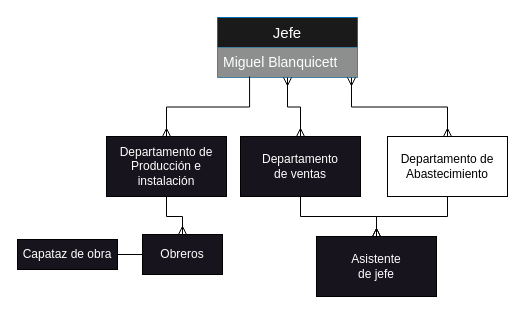
DavidSteyr/diagramaProcesosTGS keeps this draw.io diagram as organi.drawio. Above is the earlier version. Source tidied: cells renumbered, new cells numbered last; positions are measured from the earlier drawing's top-left corner, leaving out a move shared by most shapes. Both pictures are drawn from the tidied source at 100%, with x=0, y=0 at pixel (17, 17).
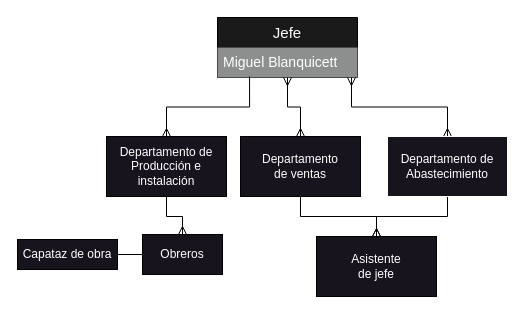
The same diagram, later.

Change to the diagram source:
```diff
@@
 <mxGraphModel>
   <root>
     <mxCell id="0" />
     <mxCell id="1" parent="0" />
-    <mxCell id="2" value="&lt;font style=&quot;font-size: 15px;&quot;&gt;Jefe&lt;/font&gt;" style="swimlane;fontStyle=0;horizontal=1;startSize=30;whiteSpace=wrap;html=1;fillColor=#1A1A1A;fontColor=#FFFFFF;strokeColor=#006EAF;" parent="1" vertex="1">
+    <mxCell id="2" value="&lt;font style=&quot;font-size: 15px;&quot;&gt;Jefe&lt;/font&gt;" style="swimlane;fontStyle=0;horizontal=1;startSize=30;whiteSpace=wrap;html=1;fillColor=#1A1A1A;fontColor=#FFFFFF;strokeColor=#000000;" parent="1" vertex="1">
       <mxGeometry x="200" width="140" height="60" as="geometry" />
     </mxCell>
     <mxCell id="3" value="Miguel Blanquicett" style="text;strokeColor=none;fillColor=#8D8F8E;align=left;verticalAlign=middle;spacingLeft=4;spacingRight=4;overflow=hidden;points=[[0,0.5],[1,0.5]];portConstraint=eastwest;whiteSpace=wrap;html=1;fontSize=14;fontColor=#FFFFFF;" parent="2" vertex="1">
       <mxGeometry y="30" width="140" height="30" as="geometry" />
     </mxCell>
     <mxCell id="4" value="Capataz de obra" style="rounded=0;whiteSpace=wrap;html=1;fontColor=#FFFFFF;fillColor=#18141D;" parent="1" vertex="1">
       <mxGeometry y="222" width="100" height="30" as="geometry" />
     </mxCell>
     <mxCell id="5" style="edgeStyle=orthogonalEdgeStyle;rounded=0;jettySize=auto;html=1;entryX=1;entryY=0.5;entryDx=0;entryDy=0;endArrow=none;endFill=0;" parent="1" edge="1" source="6" target="4">
       <mxGeometry relative="1" as="geometry" />
     </mxCell>
     <mxCell id="6" value="Obreros" style="whiteSpace=wrap;html=1;rounded=0;fontColor=#FFFFFF;fillColor=#18141D;" parent="1" vertex="1">
       <mxGeometry x="125" y="217" width="80" height="40" as="geometry" />
     </mxCell>
     <mxCell id="7" style="edgeStyle=orthogonalEdgeStyle;rounded=0;jettySize=auto;html=1;entryX=0.5;entryY=0;entryDx=0;entryDy=0;endArrow=ERmany;endFill=0;" parent="1" edge="1" source="9" target="6">
       <mxGeometry relative="1" as="geometry" />
     </mxCell>
     <mxCell id="8" style="edgeStyle=orthogonalEdgeStyle;rounded=0;jettySize=auto;html=1;entryX=0.229;entryY=0.967;entryDx=0;entryDy=0;entryPerimeter=0;endArrow=none;endFill=0;startArrow=ERmany;startFill=0;" parent="1" edge="1" source="9" target="3">
       <mxGeometry relative="1" as="geometry" />
     </mxCell>
     <mxCell id="9" value="Departamento de Producción e instalación" style="whiteSpace=wrap;html=1;rounded=0;fillColor=#18141D;fontColor=#FFFFFF;" parent="1" vertex="1">
       <mxGeometry x="89" y="119" width="120" height="60" as="geometry" />
     </mxCell>
     <mxCell id="10" value="&lt;div&gt;Asistente&lt;/div&gt;&lt;div&gt;de jefe&lt;br&gt;&lt;/div&gt;" style="rounded=0;whiteSpace=wrap;html=1;fontColor=#FFFFFF;fillColor=#18141D;" parent="1" vertex="1">
       <mxGeometry x="299" y="219" width="120" height="60" as="geometry" />
     </mxCell>
     <mxCell id="11" style="edgeStyle=orthogonalEdgeStyle;rounded=0;jettySize=auto;html=1;endArrow=ERmany;endFill=0;" parent="1" edge="1" source="13" target="10">
       <mxGeometry relative="1" as="geometry" />
     </mxCell>
     <mxCell id="12" style="edgeStyle=orthogonalEdgeStyle;rounded=0;jettySize=auto;html=1;entryX=0.5;entryY=1;entryDx=0;entryDy=0;startArrow=ERmany;startFill=0;endArrow=ERmany;endFill=0;" parent="1" edge="1" source="13" target="2">
       <mxGeometry relative="1" as="geometry" />
     </mxCell>
     <mxCell id="13" value="&lt;div&gt;Departamento&lt;/div&gt;&lt;div&gt;de ventas&lt;/div&gt;" style="rounded=0;whiteSpace=wrap;html=1;fontColor=#FFFFFF;fillColor=#18141D;" parent="1" vertex="1">
       <mxGeometry x="223" y="119" width="120" height="60" as="geometry" />
     </mxCell>
     <mxCell id="14" style="edgeStyle=orthogonalEdgeStyle;rounded=0;jettySize=auto;html=1;entryX=0.5;entryY=0;entryDx=0;entryDy=0;endArrow=ERmany;endFill=0;" parent="1" edge="1" source="16" target="10">
       <mxGeometry relative="1" as="geometry" />
     </mxCell>
     <mxCell id="15" style="edgeStyle=orthogonalEdgeStyle;rounded=0;jettySize=auto;html=1;entryX=0.957;entryY=1;entryDx=0;entryDy=0;entryPerimeter=0;endArrow=ERmany;endFill=0;startArrow=ERmany;startFill=0;" parent="1" edge="1" source="16" target="3">
       <mxGeometry relative="1" as="geometry" />
     </mxCell>
-    <mxCell id="16" value="Departamento de Abastecimiento" style="rounded=0;whiteSpace=wrap;html=1;" parent="1" vertex="1">
+    <mxCell id="16" value="Departamento de Abastecimiento" style="rounded=0;whiteSpace=wrap;html=1;fillColor=#18141D;strokeColor=#FFFFFF;fontColor=#FFFFFF;" parent="1" vertex="1">
       <mxGeometry x="370" y="119" width="120" height="60" as="geometry" />
     </mxCell>
   </root>
 </mxGraphModel>
```
